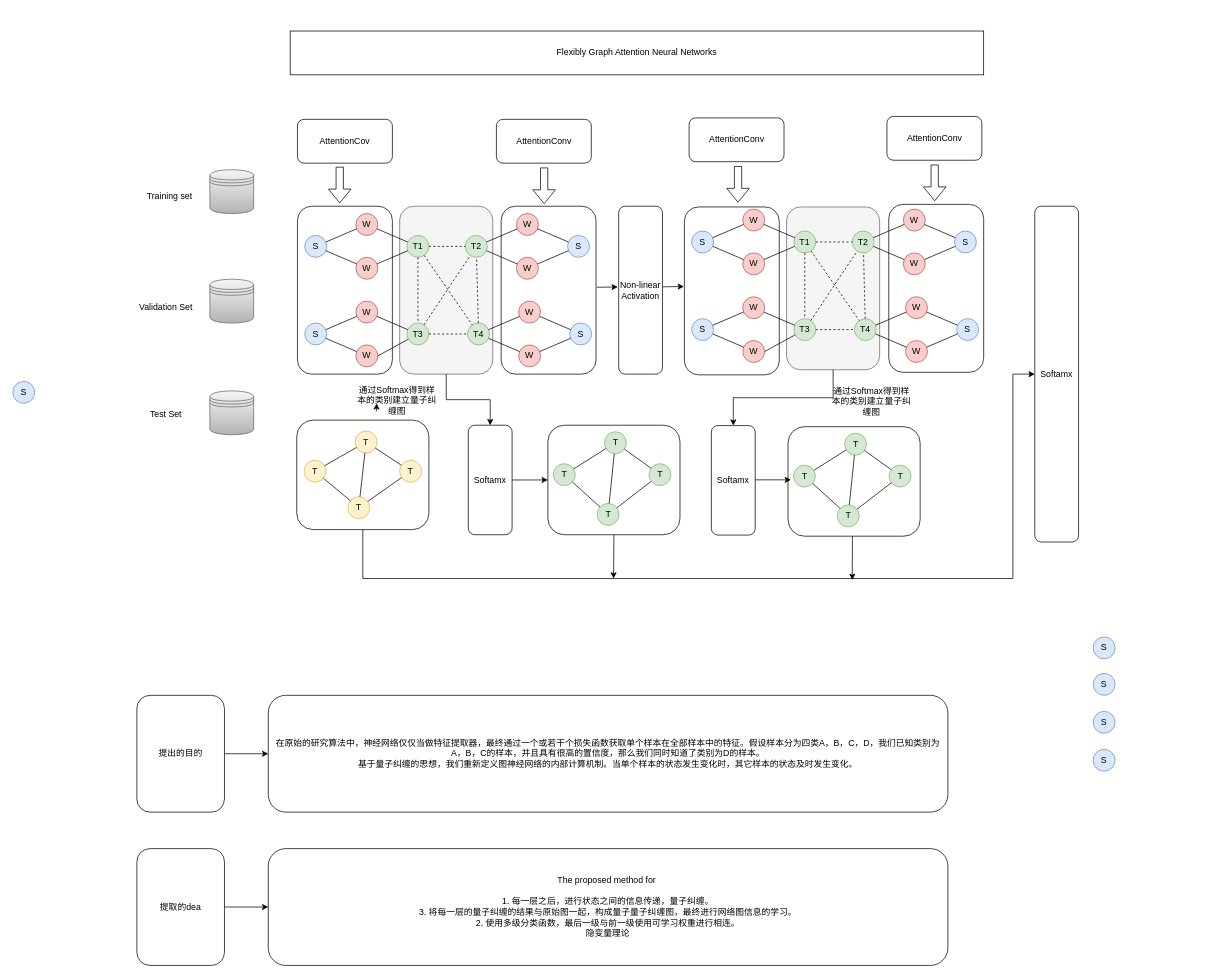
This is acl.drawio from ChenaniahMe/codes, a draw.io file, before an edit. Source tidied: cells renumbered, new cells numbered last; positions are measured from the earlier drawing's top-left corner, leaving out a move shared by most shapes. Both pictures are drawn from the tidied source at 73%, with x=0, y=0 at pixel (12, 31).
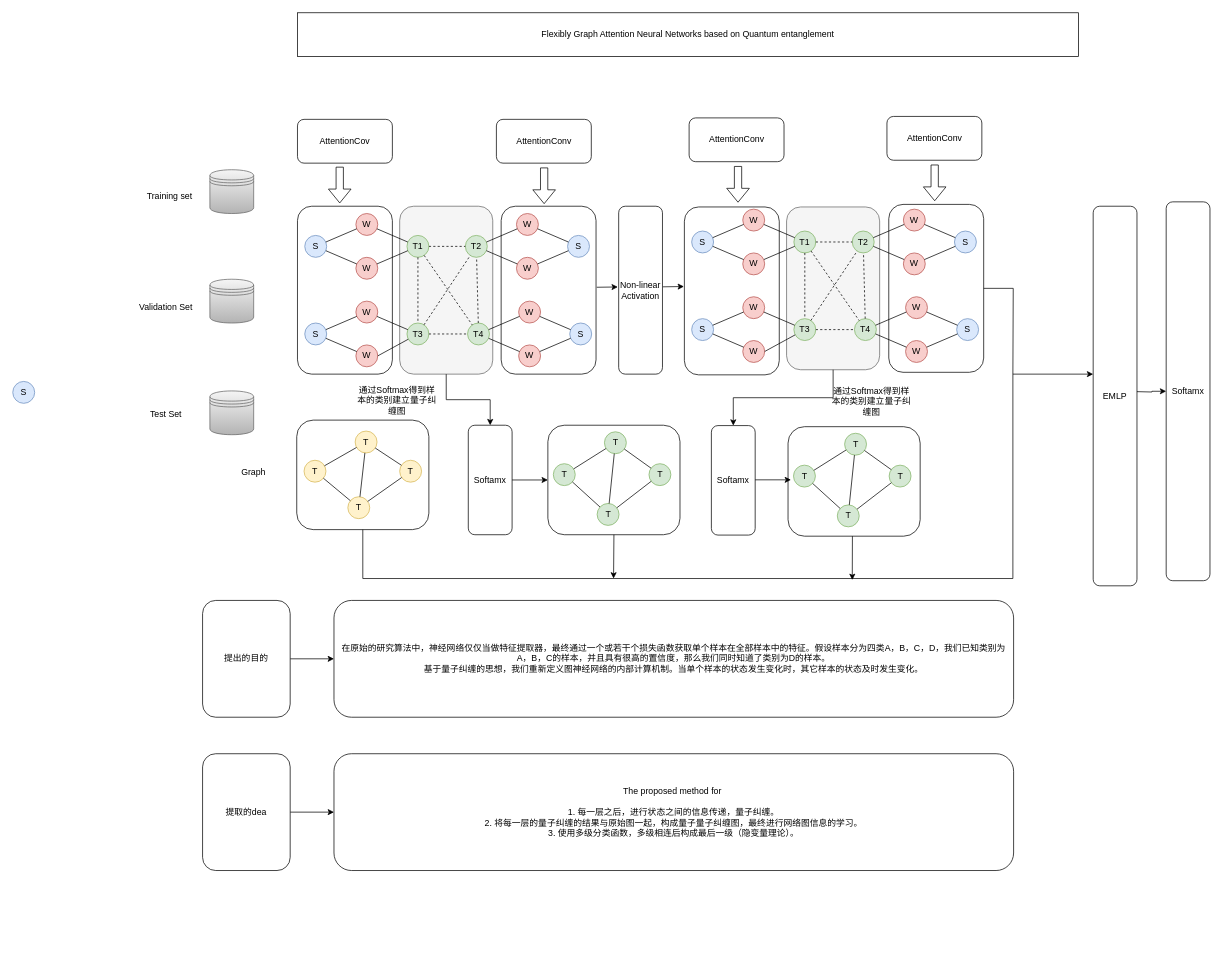
Above is the later version.

Unchanged cells that the change refers to:
```xml
<mxCell id="2" style="rounded=1;whiteSpace=wrap;html=1;" parent="1" vertex="1">
  <mxGeometry x="1200" y="237.5" width="130" height="230" as="geometry" />
</mxCell>
<mxCell id="103" style="rounded=1;whiteSpace=wrap;html=1;" parent="102" vertex="1">
  <mxGeometry width="181" height="150" as="geometry" />
</mxCell>
<mxCell id="122" value="通过Softmax得到样本的类别建立量子纠缠图" style="text;html=1;strokeColor=none;fillColor=none;align=center;verticalAlign=middle;whiteSpace=wrap;rounded=0;" parent="1" vertex="1">
  <mxGeometry x="470" y="491" width="112.5" height="30" as="geometry" />
</mxCell>
```

Change to the diagram source:
```diff
@@
-    <mxCell id="85" value="Softamx" style="rounded=1;whiteSpace=wrap;html=1;" parent="1" vertex="1">
-      <mxGeometry x="1400" y="240" width="60" height="460" as="geometry" />
+    <mxCell id="85" value="EMLP" style="rounded=1;whiteSpace=wrap;html=1;" parent="1" vertex="1">
+      <mxGeometry x="1480" y="240" width="60" height="520" as="geometry" />
     </mxCell>
@@
-    <mxCell id="89" value="S" style="ellipse;whiteSpace=wrap;html=1;fillColor=#dae8fc;strokeColor=#6c8ebf;" parent="1" vertex="1">
-      <mxGeometry x="1480" y="830" width="30" height="30" as="geometry" />
-    </mxCell>
-    <mxCell id="90" value="S" style="ellipse;whiteSpace=wrap;html=1;fillColor=#dae8fc;strokeColor=#6c8ebf;" parent="1" vertex="1">
-      <mxGeometry x="1480" y="880" width="30" height="30" as="geometry" />
-    </mxCell>
-    <mxCell id="91" value="S" style="ellipse;whiteSpace=wrap;html=1;fillColor=#dae8fc;strokeColor=#6c8ebf;" parent="1" vertex="1">
-      <mxGeometry x="1480" y="932" width="30" height="30" as="geometry" />
-    </mxCell>
-    <mxCell id="92" value="S" style="ellipse;whiteSpace=wrap;html=1;fillColor=#dae8fc;strokeColor=#6c8ebf;" parent="1" vertex="1">
-      <mxGeometry x="1480" y="984" width="30" height="30" as="geometry" />
-    </mxCell>
@@
-    <mxCell id="115" value="The proposed method for&amp;nbsp;&lt;br&gt;&lt;br&gt;1. 每一层之后，进行状态之间的信息传递，量子纠缠。&lt;br&gt;3. 将每一层的量子纠缠的结果与原始图一起，构成量子量子纠缠图，最终进行网络图信息的学习。&lt;br&gt;2. 使用多级分类函数，最后一级与前一级使用可学习权重进行相连。&lt;br&gt;隐变量理论" style="rounded=1;whiteSpace=wrap;html=1;" parent="1" vertex="1">
-      <mxGeometry x="350" y="1120" width="931" height="160" as="geometry" />
+    <mxCell id="115" value="The proposed method for&amp;nbsp;&lt;br&gt;&lt;br&gt;1. 每一层之后，进行状态之间的信息传递，量子纠缠。&lt;br&gt;2. 将每一层的量子纠缠的结果与原始图一起，构成量子量子纠缠图，最终进行网络图信息的学习。&lt;br&gt;3. 使用多级分类函数，多级相连后构成最后一级（隐变量理论）。" style="rounded=1;whiteSpace=wrap;html=1;" parent="1" vertex="1">
+      <mxGeometry x="440" y="990" width="931" height="160" as="geometry" />
     </mxCell>
-    <mxCell id="116" value="Flexibly Graph Attention Neural Networks" style="rounded=0;whiteSpace=wrap;html=1;" parent="1" vertex="1">
-      <mxGeometry x="380" width="950" height="60" as="geometry" />
+    <mxCell id="116" value="Flexibly Graph Attention Neural Networks based on&amp;nbsp;Quantum entanglement" style="rounded=0;whiteSpace=wrap;html=1;" parent="1" vertex="1">
+      <mxGeometry x="390" y="-25" width="1070" height="60" as="geometry" />
     </mxCell>
@@
     <mxCell id="121" value="在原始的研究算法中，神经网络仅仅当做特征提取器，最终通过一个或若干个损失函数获取单个样本在全部样本中的特征。假设样本分为四类A，B，C，D，我们已知类别为A，B，C的样本，并且具有很高的置信度，那么我们同时知道了类别为D的样本。&lt;br&gt;基于量子纠缠的思想，我们重新定义图神经网络的内部计算机制。当单个样本的状态发生变化时，其它样本的状态及时发生变化。" style="rounded=1;whiteSpace=wrap;html=1;" parent="1" vertex="1">
-      <mxGeometry x="350" y="910" width="931" height="160" as="geometry" />
+      <mxGeometry x="440" y="780" width="931" height="160" as="geometry" />
     </mxCell>
@@
     <mxCell id="125" value="提出的目的" style="rounded=1;whiteSpace=wrap;html=1;" parent="1" vertex="1">
-      <mxGeometry x="170" y="910" width="120" height="160" as="geometry" />
+      <mxGeometry x="260" y="780" width="120" height="160" as="geometry" />
     </mxCell>
@@
     <mxCell id="127" value="提取的dea" style="rounded=1;whiteSpace=wrap;html=1;" parent="1" vertex="1">
-      <mxGeometry x="170" y="1120" width="120" height="160" as="geometry" />
+      <mxGeometry x="260" y="990" width="120" height="160" as="geometry" />
     </mxCell>
@@
-    <mxCell id="154" style="edgeStyle=orthogonalEdgeStyle;rounded=0;orthogonalLoop=1;jettySize=auto;html=1;exitX=0.25;exitY=1;exitDx=0;exitDy=0;entryX=0.253;entryY=0.633;entryDx=0;entryDy=0;entryPerimeter=0;" parent="1" edge="1" source="122" target="122">
-      <mxGeometry relative="1" as="geometry" />
-    </mxCell>
@@
-    <mxCell id="159" style="endArrow=classic;html=1;rounded=0;exitX=0.5;exitY=1;exitDx=0;exitDy=0;entryX=0;entryY=0.5;entryDx=0;entryDy=0;edgeStyle=orthogonalEdgeStyle;" parent="1" edge="1" source="103" target="85">
+    <mxCell id="159" style="endArrow=classic;html=1;rounded=0;exitX=0.5;exitY=1;exitDx=0;exitDy=0;edgeStyle=orthogonalEdgeStyle;" parent="1" edge="1" source="103">
       <mxGeometry relative="1" as="geometry">
+        <mxPoint x="1480" y="470" as="targetPoint" />
         <Array as="points">
-          <mxPoint x="480" y="750" />
+          <mxPoint x="479" y="750" />
           <mxPoint x="1370" y="750" />
           <mxPoint x="1370" y="470" />
+          <mxPoint x="1480" y="470" />
         </Array>
       </mxGeometry>
     </mxCell>
@@
+    <mxCell id="162" style="endArrow=none;html=1;rounded=0;exitX=1;exitY=0.5;exitDx=0;exitDy=0;edgeStyle=orthogonalEdgeStyle;endFill=0;" parent="1" edge="1" source="2">
+      <mxGeometry relative="1" as="geometry">
+        <mxPoint x="1370" y="470" as="targetPoint" />
+      </mxGeometry>
+    </mxCell>
+    <mxCell id="163" value="Softamx" style="rounded=1;whiteSpace=wrap;html=1;" parent="1" vertex="1">
+      <mxGeometry x="1580" y="234" width="60" height="519" as="geometry" />
+    </mxCell>
+    <mxCell id="164" style="endArrow=classic;html=1;rounded=0;entryX=0;entryY=0.5;entryDx=0;entryDy=0;edgeStyle=orthogonalEdgeStyle;" parent="1" edge="1" target="163">
+      <mxGeometry relative="1" as="geometry">
+        <mxPoint x="1540" y="494" as="sourcePoint" />
+      </mxGeometry>
+    </mxCell>
+    <mxCell id="165" value="Graph" style="text;html=1;strokeColor=none;fillColor=none;align=center;verticalAlign=middle;whiteSpace=wrap;rounded=0;" parent="1" vertex="1">
+      <mxGeometry x="290" y="590" width="80" height="30" as="geometry" />
+    </mxCell>
```
